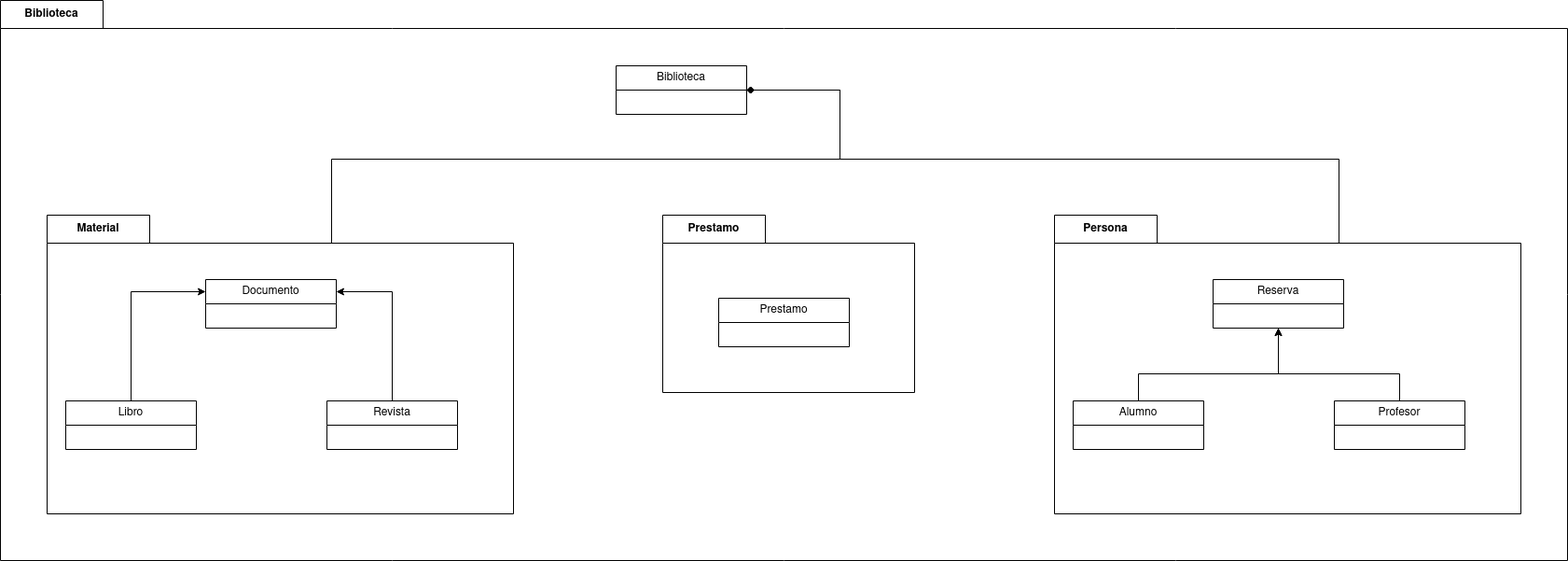
Above: Diagramas/Diagramas de paquetes/Ejemplo DPaq Clase.drawio.png in RafaelMayor/ETS (draw.io), before the change. Source tidied: cells renumbered, new cells last; positions are measured from the earlier drawing's top-left corner, leaving out a move shared by most shapes.
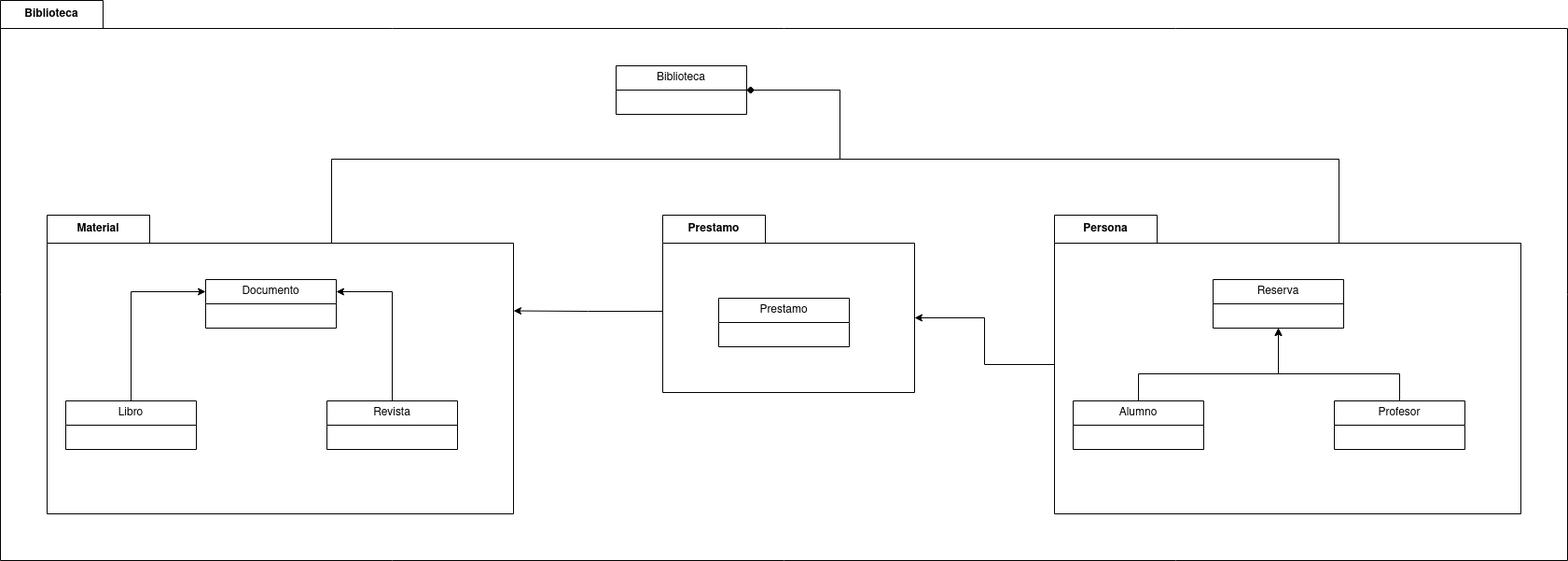
After the commit.

The edit, as a diff of the source:
```diff
@@ -82,5 +82,11 @@
     <mxCell id="19" value="Profesor" style="swimlane;fontStyle=0;horizontal=1;startSize=26;fillColor=none;whiteSpace=wrap;html=1;" parent="14" vertex="1">
       <mxGeometry x="300" y="199" width="140" height="52" as="geometry" />
     </mxCell>
+    <mxCell id="20" style="edgeStyle=orthogonalEdgeStyle;rounded=0;jettySize=auto;html=1;entryX=0;entryY=0;entryDx=270;entryDy=110;entryPerimeter=0;" parent="2" edge="1" source="14" target="11">
+      <mxGeometry relative="1" as="geometry" />
+    </mxCell>
+    <mxCell id="21" style="edgeStyle=orthogonalEdgeStyle;rounded=0;jettySize=auto;html=1;entryX=0;entryY=0;entryDx=500;entryDy=102.5;entryPerimeter=0;exitX=0;exitY=0.542;exitDx=0;exitDy=0;exitPerimeter=0;" parent="2" edge="1" source="11" target="4">
+      <mxGeometry relative="1" as="geometry" />
+    </mxCell>
   </root>
 </mxGraphModel>
```
